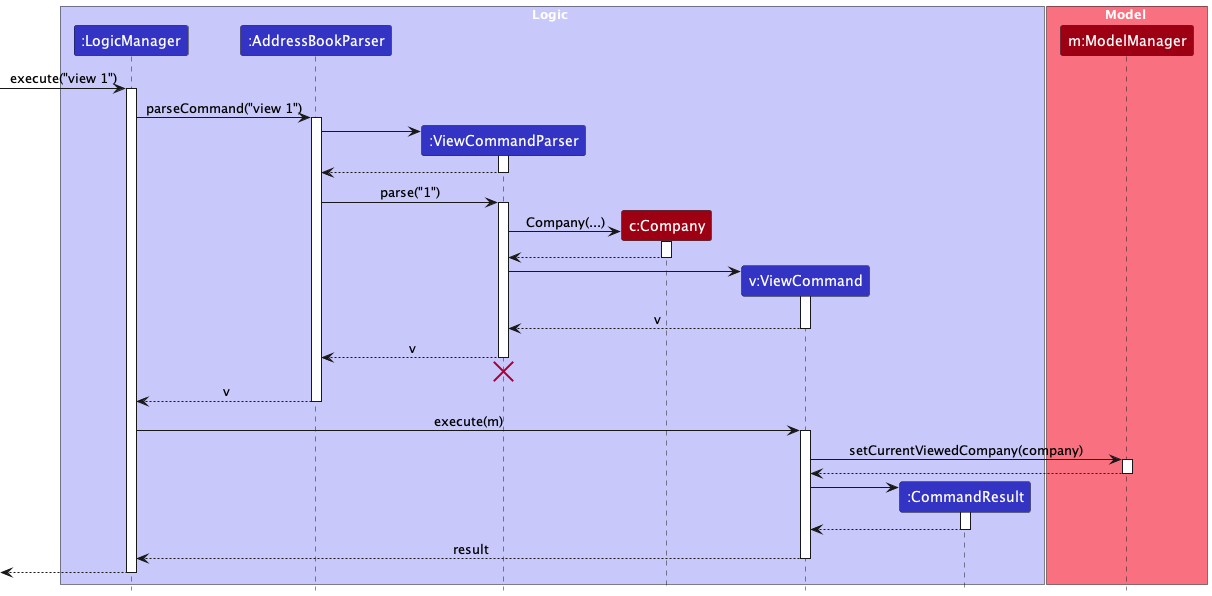
tayruxin/tp keeps this PlantUML diagram as docs/images/ViewSequenceDiagram.png. Above is the earlier version.
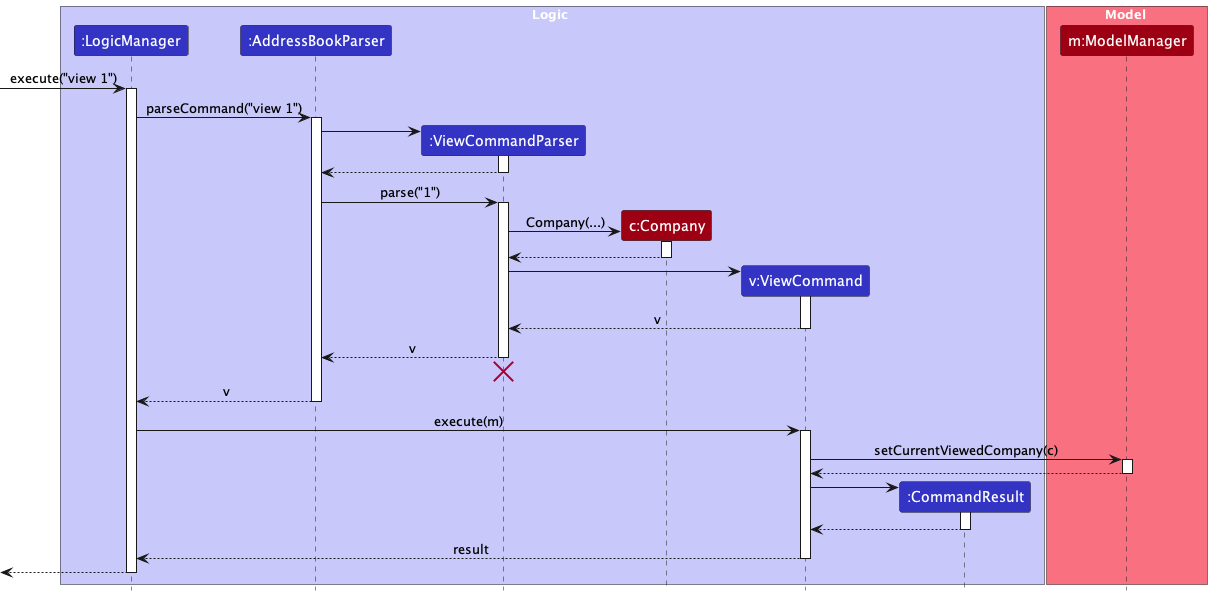
The same diagram one commit later.

What changed in the source:
```diff
@@ -58,7 +58,7 @@
 LogicManager -> ViewCommand : execute(m)
 activate ViewCommand
 
-ViewCommand -> Model : setCurrentViewedCompany(company)
+ViewCommand -> Model : setCurrentViewedCompany(c)
 
 activate Model
 
```
